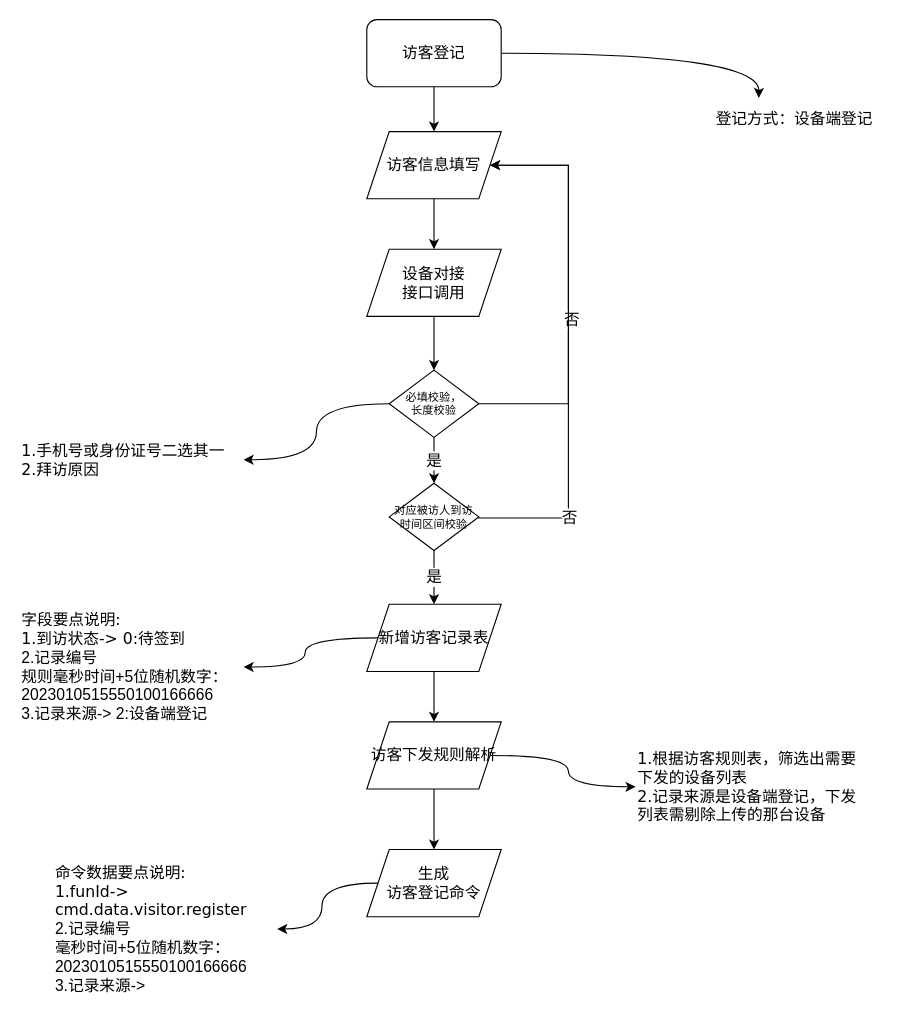
Earlier version of the draw.io diagram page "访客登记细化-设备端登记" (4 of 11) of 访客功能-线下平台和设备交互流程.drawio (chwnjianhui/draw.io). Source tidied: cells renumbered, new cells numbered last; positions are measured from the earlier drawing's top-left corner, leaving out a move shared by most shapes. Both pictures are drawn from the tidied source at 112%, with x=0, y=0 at pixel (19, 19).
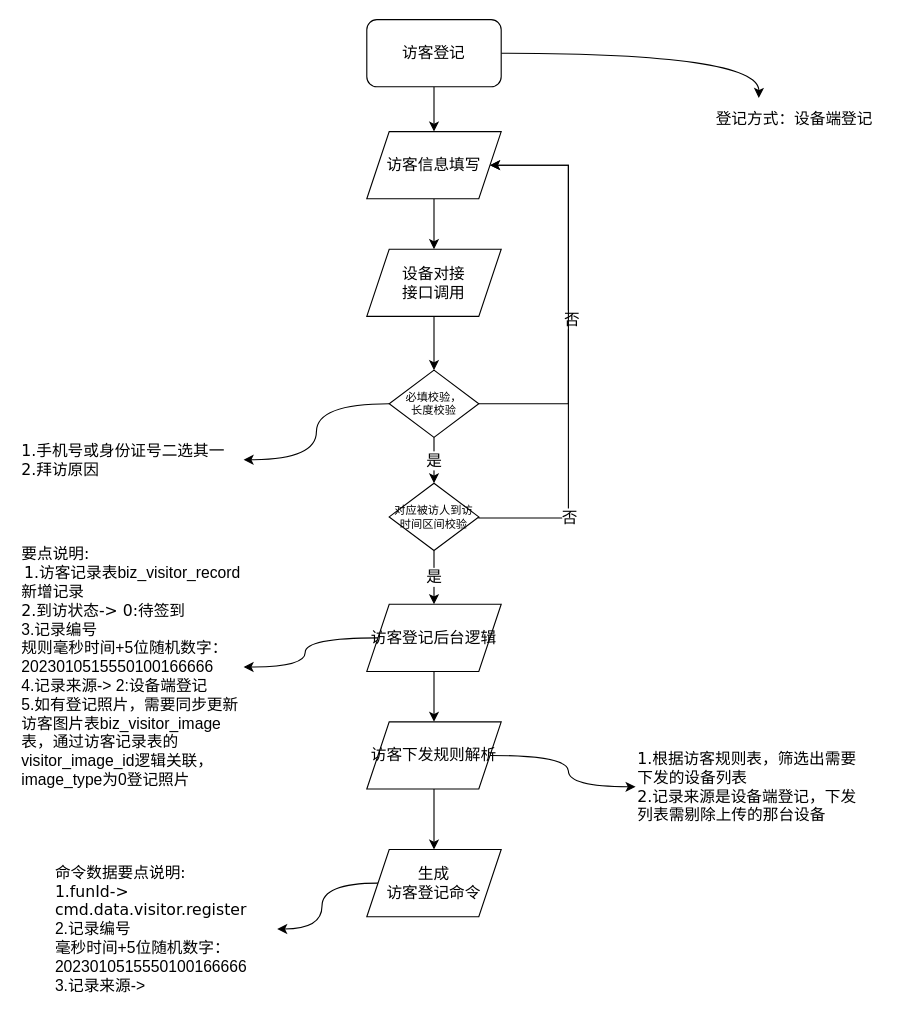
Above is the later version.

Change to the diagram source:
```diff
@@
-    <mxCell id="19" value="新增访客记录表" style="shape=parallelogram;perimeter=parallelogramPerimeter;whiteSpace=wrap;html=1;fixedSize=1;fontSize=14;fillColor=#FFFFFF;" parent="1" vertex="1">
+    <mxCell id="19" value="访客登记后台逻辑" style="shape=parallelogram;perimeter=parallelogramPerimeter;whiteSpace=wrap;html=1;fixedSize=1;fontSize=14;fillColor=#FFFFFF;" parent="1" vertex="1">
       <mxGeometry x="310" y="522" width="120" height="60" as="geometry" />
     </mxCell>
-    <mxCell id="20" value="&lt;font face=&quot;Verdana&quot;&gt;字段要点说明:&lt;/font&gt;&lt;br&gt;&lt;font face=&quot;Verdana&quot;&gt;1.到访状态-&amp;gt; 0:待签到&lt;br&gt;&lt;/font&gt;2.记录编号&lt;br&gt;规则毫秒时间+5位随机数字：2023010515550100166666&lt;br&gt;3.记录来源-&amp;gt; 2:设备端登记" style="text;html=1;strokeColor=none;fillColor=none;align=left;verticalAlign=middle;whiteSpace=wrap;rounded=0;fontSize=14;" parent="1" vertex="1">
+    <mxCell id="20" value="&lt;font face=&quot;Verdana&quot;&gt;要点说明:&lt;/font&gt;&lt;br&gt;&lt;div style=&quot;text-align: center;&quot;&gt;&lt;font style=&quot;background-color: initial;&quot; face=&quot;Verdana&quot;&gt;1.&lt;/font&gt;&lt;span style=&quot;background-color: initial; text-align: center;&quot;&gt;访客记录表biz_visitor_record&lt;/span&gt;&lt;/div&gt;&lt;span style=&quot;text-align: center;&quot;&gt;新增记录&lt;/span&gt;&lt;font face=&quot;Verdana&quot;&gt;&lt;br&gt;2.到访状态-&amp;gt; 0:待签到&lt;br&gt;&lt;/font&gt;3.记录编号&lt;br&gt;规则毫秒时间+5位随机数字：2023010515550100166666&lt;br&gt;4.记录来源-&amp;gt; 2:设备端登记&lt;br&gt;5.如有登记照片，需要同步更新访客图片表biz_visitor_image表，通过访客记录表的visitor_image_id逻辑关联，image_type为0登记照片" style="text;html=1;strokeColor=none;fillColor=none;align=left;verticalAlign=middle;whiteSpace=wrap;rounded=0;fontSize=14;" parent="1" vertex="1">
       <mxGeometry y="523" width="200" height="110" as="geometry" />
     </mxCell>
```
